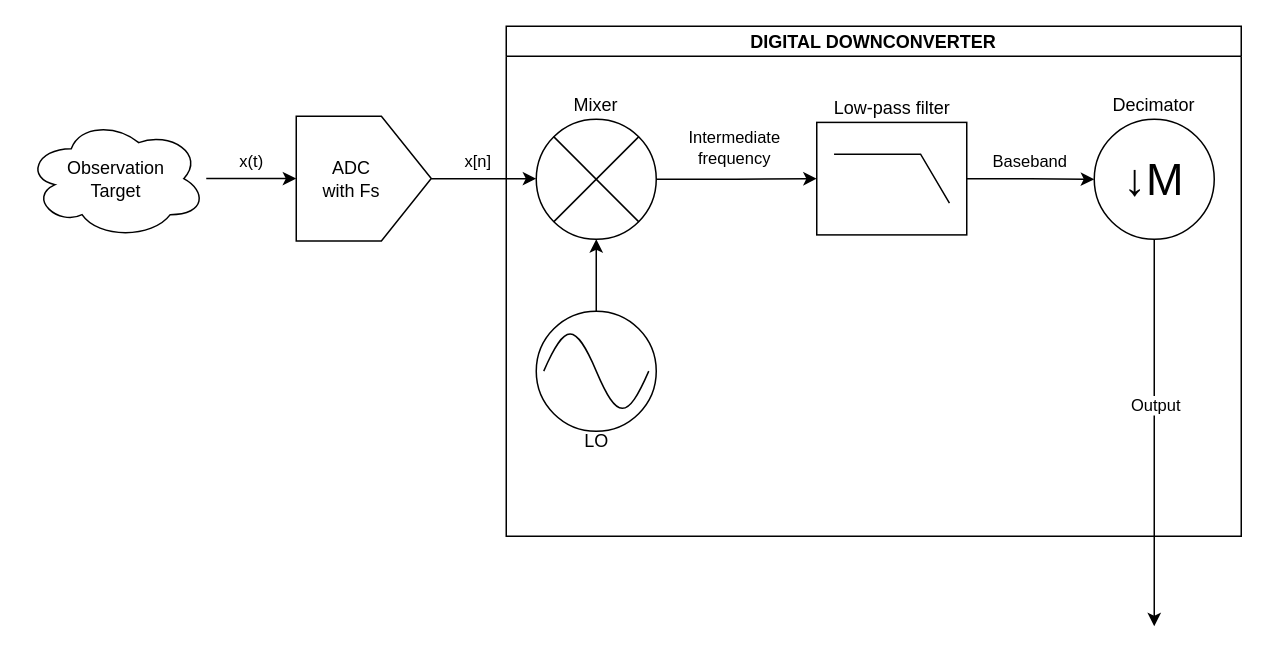
This is block diagram.drawio from colinwessels/ASU-DSP-FPGA-Class, a draw.io file, before an edit. Source tidied: cells renumbered, new cells numbered last; positions are measured from the earlier drawing's top-left corner, leaving out a move shared by most shapes. Both pictures are drawn from the tidied source at 150%, with x=0, y=0 at pixel (26, 26).
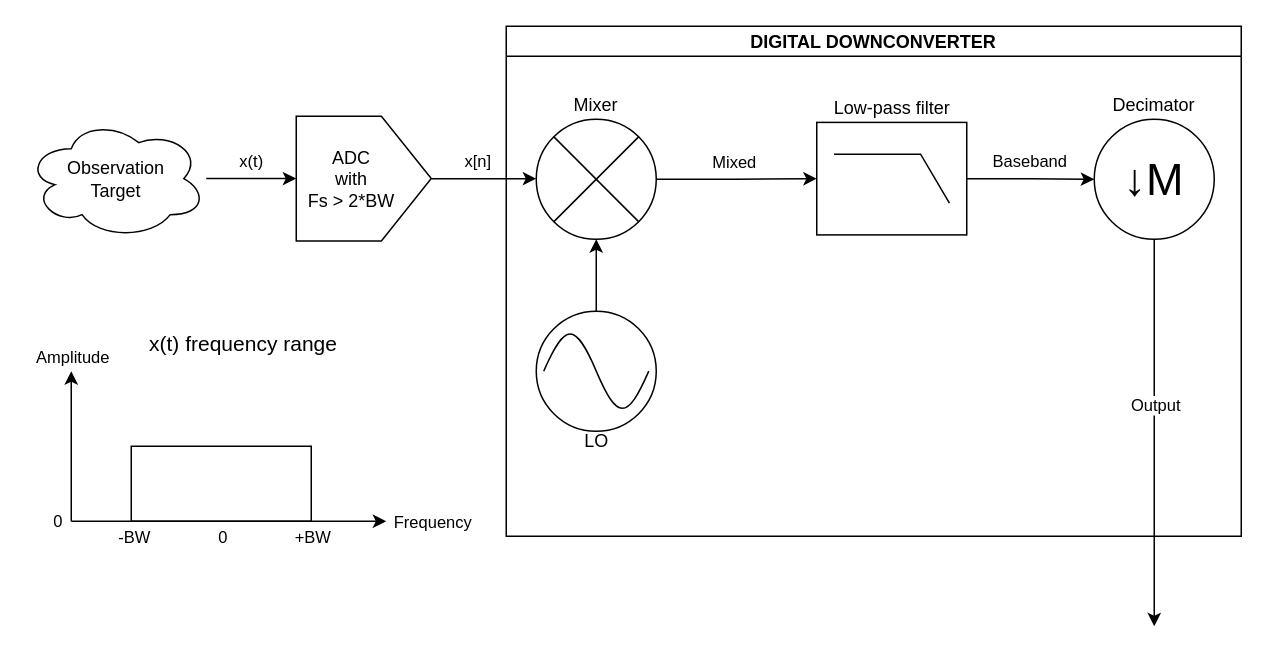
The same page after the edit.

The change refers to these unchanged cells:
```xml
<mxCell id="19" style="edgeStyle=orthogonalEdgeStyle;rounded=0;jettySize=auto;html=1;entryX=0;entryY=0.5;entryDx=0;entryDy=0;entryPerimeter=0;" parent="1" edge="1" source="10" target="14">
  <mxGeometry relative="1" as="geometry" />
</mxCell>
```

Diff of the diagram source:
```diff
@@
-    <mxCell id="9" value="&lt;div&gt;ADC&lt;/div&gt;&lt;div&gt;with Fs&lt;/div&gt;" style="shape=loopLimit;whiteSpace=wrap;html=1;fixedSize=1;rotation=0;horizontal=1;size=113;align=center;labelPosition=center;verticalLabelPosition=middle;verticalAlign=middle;spacingRight=16;direction=north;spacingTop=0;flipH=1;spacingLeft=0;" parent="1" vertex="1">
+    <mxCell id="9" value="&lt;div&gt;ADC&lt;/div&gt;&lt;div&gt;with&lt;/div&gt;&lt;div&gt;Fs &amp;gt; 2*BW&lt;/div&gt;" style="shape=loopLimit;whiteSpace=wrap;html=1;fixedSize=1;rotation=0;horizontal=1;size=113;align=center;labelPosition=center;verticalLabelPosition=middle;verticalAlign=middle;spacingRight=16;direction=north;spacingTop=0;flipH=1;spacingLeft=0;" parent="1" vertex="1">
       <mxGeometry x="180" y="60" width="90" height="83.1" as="geometry" />
     </mxCell>
@@
-    <mxCell id="20" value="&lt;div&gt;Intermediate&lt;/div&gt;&lt;div&gt;frequency&lt;/div&gt;" style="edgeLabel;html=1;align=center;verticalAlign=middle;" parent="19" vertex="1">
+    <mxCell id="20" value="&lt;div&gt;Mixed&lt;/div&gt;" style="edgeLabel;html=1;align=center;verticalAlign=middle;" parent="19" vertex="1">
       <mxGeometry x="-0.2" y="2" relative="1" as="geometry">
-        <mxPoint x="8" y="-20" as="offset" />
+        <mxPoint x="8" y="-10" as="offset" />
       </mxGeometry>
     </mxCell>
@@
+    <mxCell id="22" style="endArrow=classic;html=1;rounded=0;" parent="1" edge="1">
+      <mxGeometry relative="1" as="geometry">
+        <mxPoint x="30" y="330" as="sourcePoint" />
+        <mxPoint x="240" y="330" as="targetPoint" />
+      </mxGeometry>
+    </mxCell>
+    <mxCell id="23" value="Frequency" style="edgeLabel;html=1;align=center;verticalAlign=middle;" parent="22" vertex="1">
+      <mxGeometry x="-0.08" y="1" relative="1" as="geometry">
+        <mxPoint x="143" y="1" as="offset" />
+      </mxGeometry>
+    </mxCell>
+    <mxCell id="24" value="-BW" style="edgeLabel;html=1;align=center;verticalAlign=middle;" parent="22" vertex="1">
+      <mxGeometry x="-0.67" relative="1" as="geometry">
+        <mxPoint x="6" y="10" as="offset" />
+      </mxGeometry>
+    </mxCell>
+    <mxCell id="25" style="endArrow=classic;html=1;rounded=0;" parent="1" edge="1">
+      <mxGeometry relative="1" as="geometry">
+        <mxPoint x="30" y="330" as="sourcePoint" />
+        <mxPoint x="30" y="230" as="targetPoint" />
+      </mxGeometry>
+    </mxCell>
+    <mxCell id="26" value="Amplitude" style="edgeLabel;html=1;align=center;verticalAlign=middle;" parent="25" vertex="1">
+      <mxGeometry x="0.06" y="-1" relative="1" as="geometry">
+        <mxPoint x="-1" y="-57" as="offset" />
+      </mxGeometry>
+    </mxCell>
+    <mxCell id="27" value="0" style="edgeLabel;html=1;align=center;verticalAlign=middle;" parent="25" vertex="1">
+      <mxGeometry x="-0.77" y="2" relative="1" as="geometry">
+        <mxPoint x="-8" y="11" as="offset" />
+      </mxGeometry>
+    </mxCell>
+    <mxCell id="28" style="rounded=0;whiteSpace=wrap;html=1;fillColor=none;" parent="1" vertex="1">
+      <mxGeometry x="70" y="280" width="120" height="50" as="geometry" />
+    </mxCell>
+    <mxCell id="29" value="+BW" style="edgeLabel;html=1;align=center;verticalAlign=middle;" parent="1" vertex="1">
+      <mxGeometry x="190" y="340" as="geometry" />
+    </mxCell>
+    <mxCell id="30" value="0" style="edgeLabel;html=1;align=center;verticalAlign=middle;" parent="1" vertex="1">
+      <mxGeometry x="130" y="340" as="geometry" />
+    </mxCell>
+    <mxCell id="31" value="x(t) frequency range" style="text;html=1;whiteSpace=wrap;strokeColor=none;fillColor=none;align=center;verticalAlign=middle;rounded=0;fontSize=14;" parent="1" vertex="1">
+      <mxGeometry x="60" y="196.9" width="170" height="30" as="geometry" />
+    </mxCell>
```
